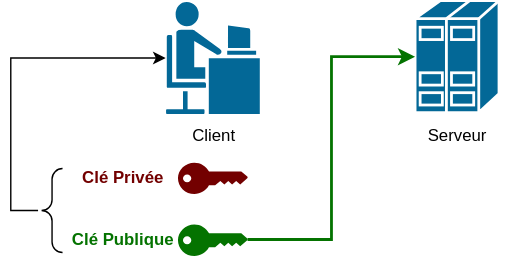
Above: talk-pages/images/Paire-de-cles.svg in MaximeBosca/authentification-101 (draw.io), before the change. Source tidied: cells renumbered, new cells last; positions are measured from the earlier drawing's top-left corner, leaving out a move shared by most shapes. The source it was exported from:
```xml
<mxGraphModel>
  <root>
    <mxCell id="0" />
    <mxCell id="1" parent="0" />
    <mxCell id="2" style="group;" parent="1" vertex="1">
      <mxGeometry x="110" width="69" height="112" as="geometry" />
    </mxCell>
    <mxCell id="3" style="shape=mxgraph.cisco.people.androgenous_person;sketch=0;html=1;dashed=0;fillColor=#036897;strokeColor=#ffffff;strokeWidth=2;verticalLabelPosition=bottom;verticalAlign=top;align=center;outlineConnect=0;" parent="2" vertex="1">
      <mxGeometry width="69" height="82" as="geometry" />
    </mxCell>
    <mxCell id="4" value="Client" style="text;html=1;align=center;verticalAlign=middle;strokeColor=none;fillColor=none;" parent="2" vertex="1">
      <mxGeometry x="9.5" y="82" width="50" height="30" as="geometry" />
    </mxCell>
    <mxCell id="5" style="group;" parent="1" vertex="1">
      <mxGeometry x="284" width="70" height="112" as="geometry" />
    </mxCell>
    <mxCell id="6" style="shape=mxgraph.cisco.servers.standard_host;sketch=0;html=1;dashed=0;fillColor=#036897;strokeColor=#ffffff;strokeWidth=2;verticalLabelPosition=bottom;verticalAlign=top;align=center;outlineConnect=0;" parent="5" vertex="1">
      <mxGeometry x="5" width="60" height="80" as="geometry" />
    </mxCell>
    <mxCell id="7" value="Serveur" style="text;html=1;align=center;verticalAlign=middle;strokeColor=none;fillColor=none;" parent="5" vertex="1">
      <mxGeometry y="82" width="70" height="30" as="geometry" />
    </mxCell>
    <mxCell id="8" style="verticalLabelPosition=bottom;sketch=0;html=1;verticalAlign=top;align=center;shape=mxgraph.cisco19.key;fillColor=#730000;strokeColor=none;" parent="1" vertex="1">
      <mxGeometry x="119.5" y="115.8" width="50" height="22.5" as="geometry" />
    </mxCell>
    <mxCell id="9" style="points=[[0,0.5,0],[0.24,0,0],[0.5,0.28,0],[0.995,0.475,0],[0.5,0.72,0],[0.24,1,0]];verticalLabelPosition=bottom;sketch=0;html=1;verticalAlign=top;align=center;shape=mxgraph.cisco19.key;fillColor=#047300;strokeColor=none;" parent="1" vertex="1">
      <mxGeometry x="119.5" y="160" width="50" height="22.5" as="geometry" />
    </mxCell>
    <mxCell id="10" value="&lt;b&gt;&lt;font color=&quot;#730000&quot;&gt;Clé Privée&lt;/font&gt;&lt;/b&gt;" style="text;html=1;align=center;verticalAlign=middle;strokeColor=none;fillColor=none;" parent="1" vertex="1">
      <mxGeometry x="39.5" y="112" width="80" height="30" as="geometry" />
    </mxCell>
    <mxCell id="11" value="&lt;font color=&quot;#047300&quot;&gt;&lt;b&gt;Clé Publique&lt;/b&gt;&lt;/font&gt;" style="text;html=1;align=center;verticalAlign=middle;strokeColor=none;fillColor=none;" parent="1" vertex="1">
      <mxGeometry x="29.5" y="156.2" width="100" height="30" as="geometry" />
    </mxCell>
    <mxCell id="12" style="edgeStyle=orthogonalEdgeStyle;rounded=0;jettySize=auto;html=1;entryX=0;entryY=0.5;entryDx=0;entryDy=0;entryPerimeter=0;fontColor=none;noLabel=1;strokeColor=#047300;curved=0;strokeWidth=2;exitX=0.995;exitY=0.475;exitDx=0;exitDy=0;exitPerimeter=0;" parent="1" edge="1" source="9" target="6">
      <mxGeometry relative="1" as="geometry" />
    </mxCell>
    <mxCell id="13" style="labelPosition=right;align=left;strokeWidth=1;shape=mxgraph.mockup.markup.curlyBrace;html=1;shadow=0;dashed=0;strokeColor=#000000;direction=north;" parent="1" vertex="1">
      <mxGeometry x="19.5" y="120" width="20" height="60" as="geometry" />
    </mxCell>
    <mxCell id="14" style="edgeStyle=orthogonalEdgeStyle;rounded=0;jettySize=auto;html=1;entryX=0.01;entryY=0.5;entryDx=0;entryDy=0;entryPerimeter=0;" parent="1" edge="1" source="13" target="3">
      <mxGeometry relative="1" as="geometry">
        <Array as="points">
          <mxPoint y="150" />
          <mxPoint y="41" />
        </Array>
      </mxGeometry>
    </mxCell>
  </root>
</mxGraphModel>
```
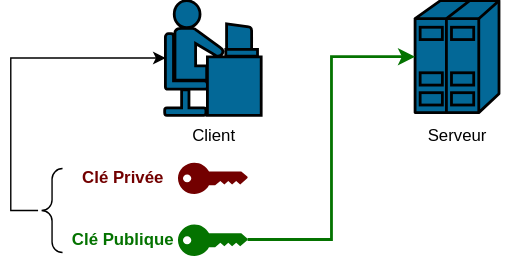
Above is the later version.

Commit message:
Writing more of the conference much ?

What changed in the source:
```diff
@@ -2,19 +2,19 @@
   <root>
     <mxCell id="0" />
     <mxCell id="1" parent="0" />
-    <mxCell id="2" style="group;" parent="1" vertex="1">
+    <mxCell id="2" style="group;strokeColor=none;" parent="1" vertex="1">
       <mxGeometry x="110" width="69" height="112" as="geometry" />
     </mxCell>
-    <mxCell id="3" style="shape=mxgraph.cisco.people.androgenous_person;sketch=0;html=1;dashed=0;fillColor=#036897;strokeColor=#ffffff;strokeWidth=2;verticalLabelPosition=bottom;verticalAlign=top;align=center;outlineConnect=0;" parent="2" vertex="1">
+    <mxCell id="3" style="shape=mxgraph.cisco.people.androgenous_person;sketch=0;html=1;dashed=0;fillColor=#036897;strokeColor=#000000;strokeWidth=2;verticalLabelPosition=bottom;verticalAlign=top;align=center;outlineConnect=0;" parent="2" vertex="1">
       <mxGeometry width="69" height="82" as="geometry" />
     </mxCell>
     <mxCell id="4" value="Client" style="text;html=1;align=center;verticalAlign=middle;strokeColor=none;fillColor=none;" parent="2" vertex="1">
       <mxGeometry x="9.5" y="82" width="50" height="30" as="geometry" />
     </mxCell>
-    <mxCell id="5" style="group;" parent="1" vertex="1">
+    <mxCell id="5" style="group;strokeColor=none;" parent="1" vertex="1">
       <mxGeometry x="284" width="70" height="112" as="geometry" />
     </mxCell>
-    <mxCell id="6" style="shape=mxgraph.cisco.servers.standard_host;sketch=0;html=1;dashed=0;fillColor=#036897;strokeColor=#ffffff;strokeWidth=2;verticalLabelPosition=bottom;verticalAlign=top;align=center;outlineConnect=0;" parent="5" vertex="1">
+    <mxCell id="6" style="shape=mxgraph.cisco.servers.standard_host;sketch=0;html=1;dashed=0;fillColor=#036897;strokeColor=default;strokeWidth=2;verticalLabelPosition=bottom;verticalAlign=top;align=center;outlineConnect=0;" parent="5" vertex="1">
       <mxGeometry x="5" width="60" height="80" as="geometry" />
     </mxCell>
     <mxCell id="7" value="Serveur" style="text;html=1;align=center;verticalAlign=middle;strokeColor=none;fillColor=none;" parent="5" vertex="1">
```
